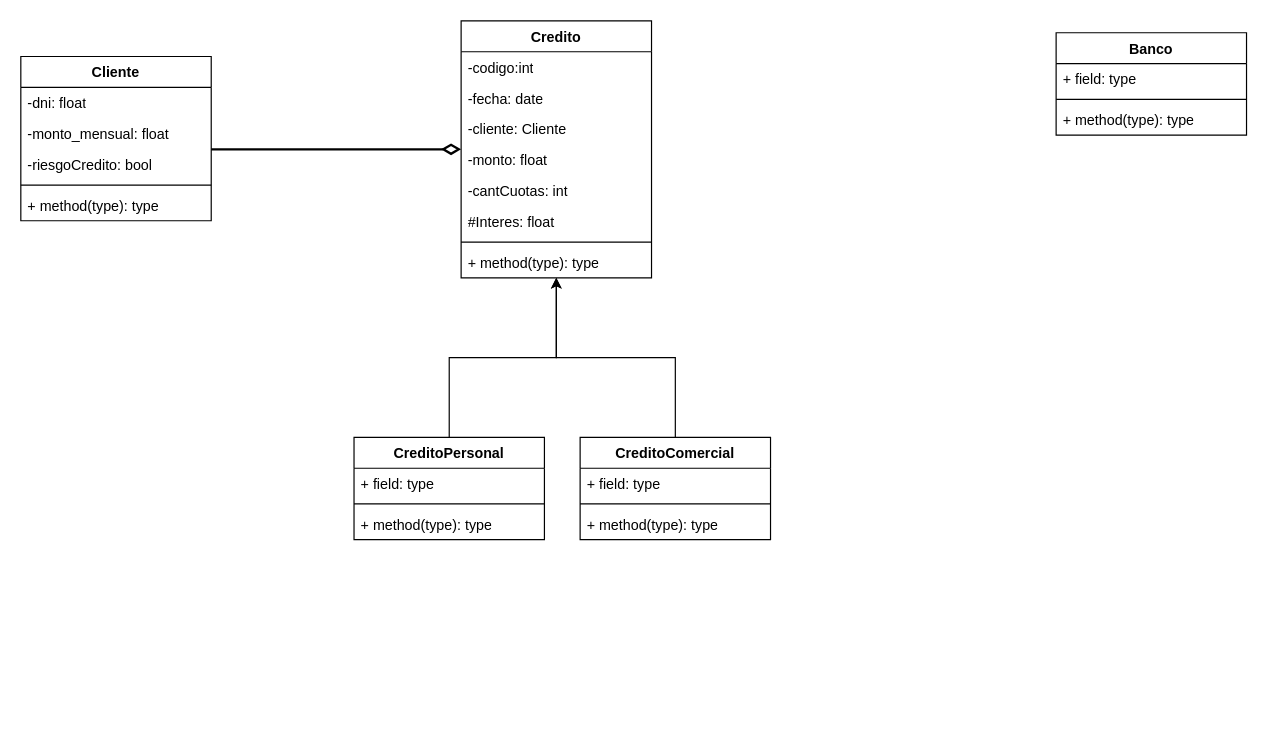
This is Tp9/ejercicio4/punto3.drawio from Cesar24-orellana/Paradigma-de-programacion, a draw.io file, before an edit. Source tidied: cells renumbered, new cells numbered last; positions are measured from the earlier drawing's top-left corner, leaving out a move shared by most shapes. Both pictures are drawn from the tidied source at 119%, with x=0, y=0 at pixel (20, 20).
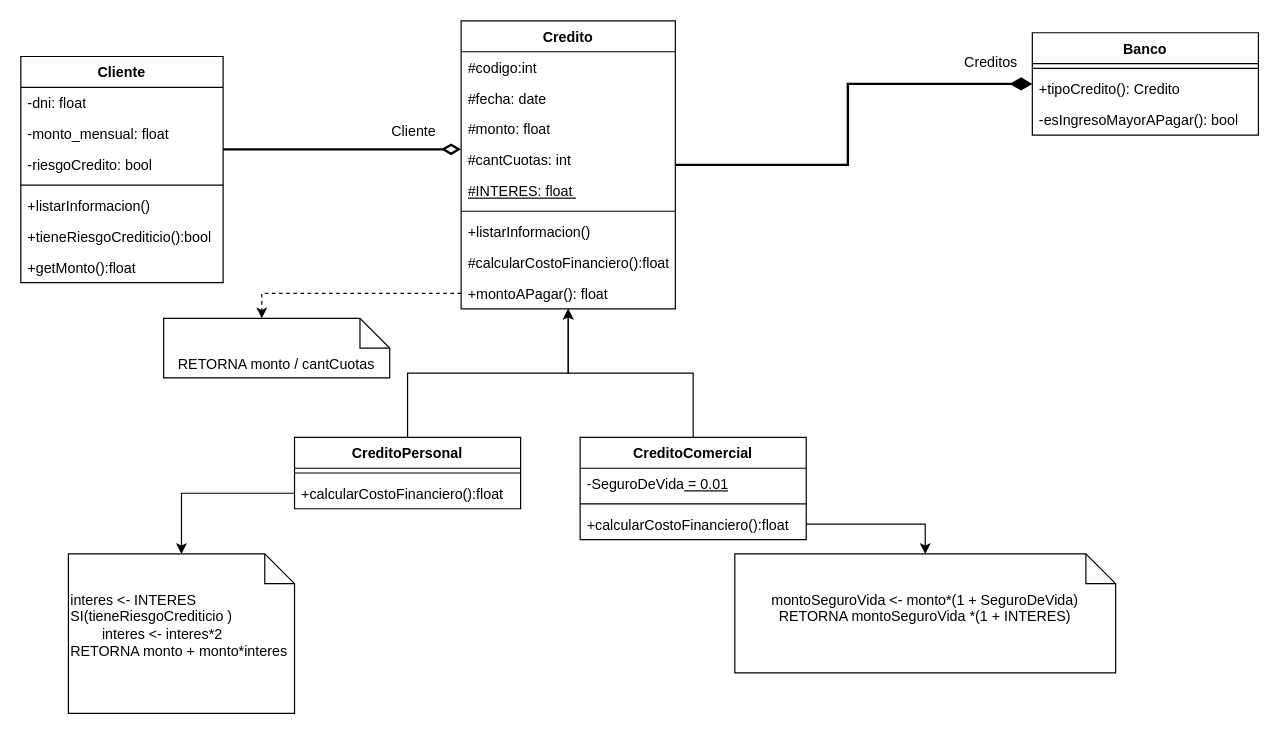
After the change.

Diff of the diagram source:
```diff
@@
     <mxCell id="3" value="Cliente" style="swimlane;fontStyle=1;align=center;verticalAlign=top;horizontal=1;startSize=26;whiteSpace=wrap;html=1;" parent="1" vertex="1">
-      <mxGeometry y="30" width="160" height="138" as="geometry" />
+      <mxGeometry y="30" width="170" height="190" as="geometry" />
     </mxCell>
     <mxCell id="4" value="-dni: float" style="text;strokeColor=none;fillColor=none;align=left;verticalAlign=top;spacingLeft=4;spacingRight=4;overflow=hidden;whiteSpace=wrap;html=1;" parent="3" vertex="1">
-      <mxGeometry y="26" width="160" height="26" as="geometry" />
+      <mxGeometry y="26" width="170" height="26" as="geometry" />
     </mxCell>
     <mxCell id="5" value="-monto_mensual: float" style="text;strokeColor=none;fillColor=none;align=left;verticalAlign=top;spacingLeft=4;spacingRight=4;overflow=hidden;whiteSpace=wrap;html=1;" parent="3" vertex="1">
-      <mxGeometry y="52" width="160" height="26" as="geometry" />
+      <mxGeometry y="52" width="170" height="26" as="geometry" />
     </mxCell>
     <mxCell id="6" value="-riesgoCredito: bool" style="text;strokeColor=none;fillColor=none;align=left;verticalAlign=top;spacingLeft=4;spacingRight=4;overflow=hidden;whiteSpace=wrap;html=1;" parent="3" vertex="1">
-      <mxGeometry y="78" width="160" height="26" as="geometry" />
+      <mxGeometry y="78" width="170" height="26" as="geometry" />
     </mxCell>
     <mxCell id="7" style="line;strokeWidth=1;fillColor=none;align=left;verticalAlign=middle;spacingTop=-1;spacingLeft=3;spacingRight=3;labelPosition=right;strokeColor=inherit;" parent="3" vertex="1">
-      <mxGeometry y="104" width="160" height="8" as="geometry" />
+      <mxGeometry y="104" width="170" height="8" as="geometry" />
     </mxCell>
-    <mxCell id="8" value="+ method(type): type" style="text;strokeColor=none;fillColor=none;align=left;verticalAlign=top;spacingLeft=4;spacingRight=4;overflow=hidden;whiteSpace=wrap;html=1;" parent="3" vertex="1">
-      <mxGeometry y="112" width="160" height="26" as="geometry" />
+    <mxCell id="8" value="+listarInformacion()" style="text;strokeColor=none;fillColor=none;align=left;verticalAlign=top;spacingLeft=4;spacingRight=4;overflow=hidden;whiteSpace=wrap;html=1;" parent="3" vertex="1">
+      <mxGeometry y="112" width="170" height="26" as="geometry" />
     </mxCell>
+    <mxCell id="32" value="+tieneRiesgoCrediticio():bool" style="text;strokeColor=none;fillColor=none;align=left;verticalAlign=top;spacingLeft=4;spacingRight=4;overflow=hidden;whiteSpace=wrap;html=1;" parent="3" vertex="1">
+      <mxGeometry y="138" width="170" height="26" as="geometry" />
+    </mxCell>
+    <mxCell id="33" value="+getMonto():float" style="text;strokeColor=none;fillColor=none;align=left;verticalAlign=top;spacingLeft=4;spacingRight=4;overflow=hidden;whiteSpace=wrap;html=1;" parent="3" vertex="1">
+      <mxGeometry y="164" width="170" height="26" as="geometry" />
+    </mxCell>
+    <mxCell id="34" style="edgeStyle=orthogonalEdgeStyle;rounded=0;jettySize=auto;html=1;endArrow=diamondThin;endFill=1;endSize=13;startSize=6;strokeWidth=2;" parent="1" edge="1" source="9" target="28">
+      <mxGeometry relative="1" as="geometry" />
+    </mxCell>
     <mxCell id="9" value="Credito" style="swimlane;fontStyle=1;align=center;verticalAlign=top;horizontal=1;startSize=26;whiteSpace=wrap;html=1;" parent="1" vertex="1">
-      <mxGeometry x="370" width="160" height="216" as="geometry" />
+      <mxGeometry x="370" width="180" height="242" as="geometry" />
     </mxCell>
-    <mxCell id="10" value="-codigo:int" style="text;strokeColor=none;fillColor=none;align=left;verticalAlign=top;spacingLeft=4;spacingRight=4;overflow=hidden;whiteSpace=wrap;html=1;" parent="9" vertex="1">
-      <mxGeometry y="26" width="160" height="26" as="geometry" />
+    <mxCell id="10" value="#codigo:int" style="text;strokeColor=none;fillColor=none;align=left;verticalAlign=top;spacingLeft=4;spacingRight=4;overflow=hidden;whiteSpace=wrap;html=1;" parent="9" vertex="1">
+      <mxGeometry y="26" width="180" height="26" as="geometry" />
     </mxCell>
-    <mxCell id="11" value="-fecha: date" style="text;strokeColor=none;fillColor=none;align=left;verticalAlign=top;spacingLeft=4;spacingRight=4;overflow=hidden;whiteSpace=wrap;html=1;" parent="9" vertex="1">
-      <mxGeometry y="52" width="160" height="26" as="geometry" />
+    <mxCell id="11" value="#fecha: date" style="text;strokeColor=none;fillColor=none;align=left;verticalAlign=top;spacingLeft=4;spacingRight=4;overflow=hidden;whiteSpace=wrap;html=1;" parent="9" vertex="1">
+      <mxGeometry y="52" width="180" height="26" as="geometry" />
     </mxCell>
-    <mxCell id="12" value="-cliente: Cliente" style="text;strokeColor=none;fillColor=none;align=left;verticalAlign=top;spacingLeft=4;spacingRight=4;overflow=hidden;whiteSpace=wrap;html=1;" parent="9" vertex="1">
-      <mxGeometry y="78" width="160" height="26" as="geometry" />
-    </mxCell>
-    <mxCell id="13" value="-monto: float" style="text;strokeColor=none;fillColor=none;align=left;verticalAlign=top;spacingLeft=4;spacingRight=4;overflow=hidden;whiteSpace=wrap;html=1;" parent="9" vertex="1">
-      <mxGeometry y="104" width="160" height="26" as="geometry" />
+    <mxCell id="13" value="#monto: float" style="text;strokeColor=none;fillColor=none;align=left;verticalAlign=top;spacingLeft=4;spacingRight=4;overflow=hidden;whiteSpace=wrap;html=1;" parent="9" vertex="1">
+      <mxGeometry y="78" width="180" height="26" as="geometry" />
     </mxCell>
-    <mxCell id="14" value="-cantCuotas: int" style="text;strokeColor=none;fillColor=none;align=left;verticalAlign=top;spacingLeft=4;spacingRight=4;overflow=hidden;whiteSpace=wrap;html=1;" parent="9" vertex="1">
-      <mxGeometry y="130" width="160" height="26" as="geometry" />
+    <mxCell id="14" value="#cantCuotas: int" style="text;strokeColor=none;fillColor=none;align=left;verticalAlign=top;spacingLeft=4;spacingRight=4;overflow=hidden;whiteSpace=wrap;html=1;" parent="9" vertex="1">
+      <mxGeometry y="104" width="180" height="26" as="geometry" />
     </mxCell>
-    <mxCell id="15" value="#Interes: float&amp;nbsp;" style="text;strokeColor=none;fillColor=none;align=left;verticalAlign=top;spacingLeft=4;spacingRight=4;overflow=hidden;whiteSpace=wrap;html=1;" parent="9" vertex="1">
-      <mxGeometry y="156" width="160" height="26" as="geometry" />
+    <mxCell id="15" value="&lt;u&gt;#INTERES: float&amp;nbsp;&lt;/u&gt;" style="text;strokeColor=none;fillColor=none;align=left;verticalAlign=top;spacingLeft=4;spacingRight=4;overflow=hidden;whiteSpace=wrap;html=1;" parent="9" vertex="1">
+      <mxGeometry y="130" width="180" height="26" as="geometry" />
     </mxCell>
     <mxCell id="16" style="line;strokeWidth=1;fillColor=none;align=left;verticalAlign=middle;spacingTop=-1;spacingLeft=3;spacingRight=3;labelPosition=right;strokeColor=inherit;" parent="9" vertex="1">
-      <mxGeometry y="182" width="160" height="8" as="geometry" />
+      <mxGeometry y="156" width="180" height="8" as="geometry" />
     </mxCell>
-    <mxCell id="17" value="+ method(type): type" style="text;strokeColor=none;fillColor=none;align=left;verticalAlign=top;spacingLeft=4;spacingRight=4;overflow=hidden;whiteSpace=wrap;html=1;" parent="9" vertex="1">
-      <mxGeometry y="190" width="160" height="26" as="geometry" />
+    <mxCell id="17" value="+listarInformacion()" style="text;strokeColor=none;fillColor=none;align=left;verticalAlign=top;spacingLeft=4;spacingRight=4;overflow=hidden;whiteSpace=wrap;html=1;" parent="9" vertex="1">
+      <mxGeometry y="164" width="180" height="26" as="geometry" />
     </mxCell>
+    <mxCell id="35" value="#calcularCostoFinanciero():float" style="text;strokeColor=none;fillColor=none;align=left;verticalAlign=top;spacingLeft=4;spacingRight=4;overflow=hidden;whiteSpace=wrap;html=1;" parent="9" vertex="1">
+      <mxGeometry y="190" width="180" height="26" as="geometry" />
+    </mxCell>
+    <mxCell id="36" value="+montoAPagar(): float" style="text;strokeColor=none;fillColor=none;align=left;verticalAlign=top;spacingLeft=4;spacingRight=4;overflow=hidden;points=[[0,0.5],[1,0.5]];portConstraint=eastwest;whiteSpace=wrap;html=1;" parent="9" vertex="1">
+      <mxGeometry y="216" width="180" height="26" as="geometry" />
+    </mxCell>
@@
     <mxCell id="19" value="CreditoPersonal" style="swimlane;fontStyle=1;align=center;verticalAlign=top;horizontal=1;startSize=26;whiteSpace=wrap;html=1;" parent="1" vertex="1">
-      <mxGeometry x="280" y="350" width="160" height="86" as="geometry" />
+      <mxGeometry x="230" y="350" width="190" height="60" as="geometry" />
     </mxCell>
-    <mxCell id="20" value="+ field: type" style="text;strokeColor=none;fillColor=none;align=left;verticalAlign=top;spacingLeft=4;spacingRight=4;overflow=hidden;whiteSpace=wrap;html=1;" parent="19" vertex="1">
-      <mxGeometry y="26" width="160" height="26" as="geometry" />
-    </mxCell>
     <mxCell id="21" style="line;strokeWidth=1;fillColor=none;align=left;verticalAlign=middle;spacingTop=-1;spacingLeft=3;spacingRight=3;labelPosition=right;strokeColor=inherit;" parent="19" vertex="1">
-      <mxGeometry y="52" width="160" height="8" as="geometry" />
+      <mxGeometry y="26" width="190" height="8" as="geometry" />
     </mxCell>
-    <mxCell id="22" value="+ method(type): type" style="text;strokeColor=none;fillColor=none;align=left;verticalAlign=top;spacingLeft=4;spacingRight=4;overflow=hidden;points=[[0,0.5],[1,0.5]];portConstraint=eastwest;whiteSpace=wrap;html=1;" parent="19" vertex="1">
-      <mxGeometry y="60" width="160" height="26" as="geometry" />
+    <mxCell id="22" value="+calcularCostoFinanciero():float" style="text;strokeColor=none;fillColor=none;align=left;verticalAlign=top;spacingLeft=4;spacingRight=4;overflow=hidden;points=[[0,0.5],[1,0.5]];portConstraint=eastwest;whiteSpace=wrap;html=1;" parent="19" vertex="1">
+      <mxGeometry y="34" width="190" height="26" as="geometry" />
     </mxCell>
@@
     <mxCell id="24" value="CreditoComercial" style="swimlane;fontStyle=1;align=center;verticalAlign=top;horizontal=1;startSize=26;whiteSpace=wrap;html=1;" parent="1" vertex="1">
-      <mxGeometry x="470" y="350" width="160" height="86" as="geometry" />
+      <mxGeometry x="470" y="350" width="190" height="86" as="geometry" />
     </mxCell>
-    <mxCell id="25" value="+ field: type" style="text;strokeColor=none;fillColor=none;align=left;verticalAlign=top;spacingLeft=4;spacingRight=4;overflow=hidden;whiteSpace=wrap;html=1;" parent="24" vertex="1">
-      <mxGeometry y="26" width="160" height="26" as="geometry" />
+    <mxCell id="25" value="-SeguroDeVida&lt;u&gt;&amp;nbsp;= 0.01&lt;/u&gt;" style="text;strokeColor=none;fillColor=none;align=left;verticalAlign=top;spacingLeft=4;spacingRight=4;overflow=hidden;whiteSpace=wrap;html=1;" parent="24" vertex="1">
+      <mxGeometry y="26" width="190" height="26" as="geometry" />
     </mxCell>
     <mxCell id="26" style="line;strokeWidth=1;fillColor=none;align=left;verticalAlign=middle;spacingTop=-1;spacingLeft=3;spacingRight=3;labelPosition=right;strokeColor=inherit;" parent="24" vertex="1">
-      <mxGeometry y="52" width="160" height="8" as="geometry" />
+      <mxGeometry y="52" width="190" height="8" as="geometry" />
     </mxCell>
-    <mxCell id="27" value="+ method(type): type" style="text;strokeColor=none;fillColor=none;align=left;verticalAlign=top;spacingLeft=4;spacingRight=4;overflow=hidden;points=[[0,0.5],[1,0.5]];portConstraint=eastwest;whiteSpace=wrap;html=1;" parent="24" vertex="1">
-      <mxGeometry y="60" width="160" height="26" as="geometry" />
+    <mxCell id="27" value="+calcularCostoFinanciero():float" style="text;strokeColor=none;fillColor=none;align=left;verticalAlign=top;spacingLeft=4;spacingRight=4;overflow=hidden;points=[[0,0.5],[1,0.5]];portConstraint=eastwest;whiteSpace=wrap;html=1;" parent="24" vertex="1">
+      <mxGeometry y="60" width="190" height="26" as="geometry" />
     </mxCell>
     <mxCell id="28" value="Banco" style="swimlane;fontStyle=1;align=center;verticalAlign=top;horizontal=1;startSize=26;whiteSpace=wrap;html=1;" parent="1" vertex="1">
-      <mxGeometry x="870" y="10" width="160" height="86" as="geometry" />
+      <mxGeometry x="850" y="10" width="190" height="86" as="geometry" />
     </mxCell>
-    <mxCell id="29" value="+ field: type" style="text;strokeColor=none;fillColor=none;align=left;verticalAlign=top;spacingLeft=4;spacingRight=4;overflow=hidden;whiteSpace=wrap;html=1;" parent="28" vertex="1">
-      <mxGeometry y="26" width="160" height="26" as="geometry" />
-    </mxCell>
     <mxCell id="30" style="line;strokeWidth=1;fillColor=none;align=left;verticalAlign=middle;spacingTop=-1;spacingLeft=3;spacingRight=3;labelPosition=right;strokeColor=inherit;" parent="28" vertex="1">
-      <mxGeometry y="52" width="160" height="8" as="geometry" />
+      <mxGeometry y="26" width="190" height="8" as="geometry" />
     </mxCell>
-    <mxCell id="31" value="+ method(type): type" style="text;strokeColor=none;fillColor=none;align=left;verticalAlign=top;spacingLeft=4;spacingRight=4;overflow=hidden;whiteSpace=wrap;html=1;" parent="28" vertex="1">
-      <mxGeometry y="60" width="160" height="26" as="geometry" />
+    <mxCell id="31" value="+tipoCredito(): Credito" style="text;strokeColor=none;fillColor=none;align=left;verticalAlign=top;spacingLeft=4;spacingRight=4;overflow=hidden;whiteSpace=wrap;html=1;" parent="28" vertex="1">
+      <mxGeometry y="34" width="190" height="26" as="geometry" />
     </mxCell>
+    <mxCell id="37" value="-esIngresoMayorAPagar(): bool" style="text;strokeColor=none;fillColor=none;align=left;verticalAlign=top;spacingLeft=4;spacingRight=4;overflow=hidden;whiteSpace=wrap;html=1;" parent="28" vertex="1">
+      <mxGeometry y="60" width="190" height="26" as="geometry" />
+    </mxCell>
+    <mxCell id="38" value="Creditos" style="text;html=1;align=center;verticalAlign=middle;strokeColor=none;fillColor=none;" parent="1" vertex="1">
+      <mxGeometry x="780" y="20" width="70" height="30" as="geometry" />
+    </mxCell>
+    <mxCell id="39" value="Cliente" style="text;html=1;align=center;verticalAlign=middle;strokeColor=none;fillColor=none;" parent="1" vertex="1">
+      <mxGeometry x="300" y="78" width="60" height="30" as="geometry" />
+    </mxCell>
+    <mxCell id="40" value="RETORNA monto / cantCuotas" style="shape=note2;boundedLbl=1;whiteSpace=wrap;html=1;size=25;verticalAlign=top;align=center;" parent="1" vertex="1">
+      <mxGeometry x="120" y="250" width="190" height="50" as="geometry" />
+    </mxCell>
+    <mxCell id="41" style="edgeStyle=orthogonalEdgeStyle;rounded=0;jettySize=auto;html=1;exitX=0;exitY=0.5;exitDx=0;exitDy=0;entryX=0;entryY=0;entryDx=82.5;entryDy=0;entryPerimeter=0;dashed=1;" parent="1" edge="1" source="36" target="40">
+      <mxGeometry relative="1" as="geometry" />
+    </mxCell>
+    <mxCell id="42" value="&lt;div&gt;montoSeguroVida &amp;lt;- monto*(1 + SeguroDeVida)&lt;/div&gt;RETORNA montoSeguroVida *(1 + INTERES)" style="shape=note2;boundedLbl=1;whiteSpace=wrap;html=1;size=25;verticalAlign=top;align=center;" parent="1" vertex="1">
+      <mxGeometry x="600" y="448" width="320" height="100" as="geometry" />
+    </mxCell>
+    <mxCell id="43" value="&lt;div&gt;interes &amp;lt;- INTERES&lt;/div&gt;&lt;div&gt;SI(tieneRiesgoCrediticio )&lt;/div&gt;&lt;div&gt;&lt;span style=&quot;white-space: pre;&quot;&gt;&#9;&lt;/span&gt;interes &amp;lt;- interes*2&lt;/div&gt;&lt;div&gt;RETORNA monto + monto*interes&lt;/div&gt;" style="shape=note2;boundedLbl=1;whiteSpace=wrap;html=1;size=25;verticalAlign=top;align=left;" parent="1" vertex="1">
+      <mxGeometry x="40" y="448" width="190" height="134" as="geometry" />
+    </mxCell>
+    <mxCell id="44" style="edgeStyle=orthogonalEdgeStyle;rounded=0;jettySize=auto;html=1;exitX=0;exitY=0.5;exitDx=0;exitDy=0;entryX=0.5;entryY=0;entryDx=0;entryDy=0;entryPerimeter=0;" parent="1" edge="1" source="22" target="43">
+      <mxGeometry relative="1" as="geometry" />
+    </mxCell>
+    <mxCell id="45" style="edgeStyle=orthogonalEdgeStyle;rounded=0;jettySize=auto;html=1;exitX=1;exitY=0.5;exitDx=0;exitDy=0;" parent="1" edge="1" source="27" target="42">
+      <mxGeometry relative="1" as="geometry" />
+    </mxCell>
```
